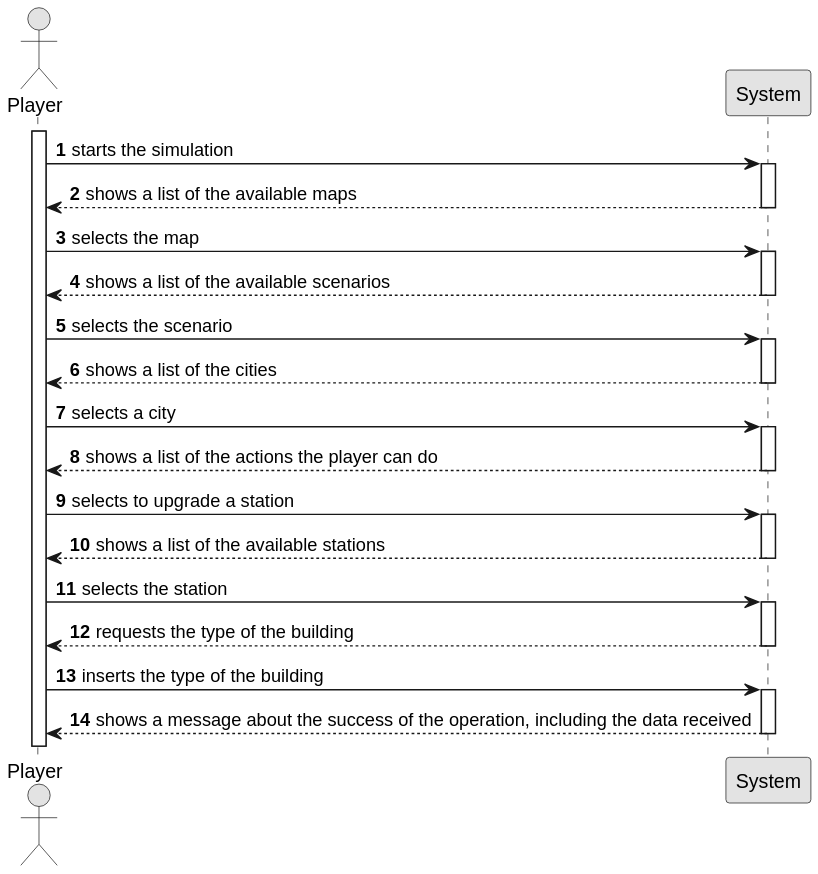
This is docs/sprint2/us006/01.requirements-engineering/svg/us006-system-sequence-diagram.svg from ivasduarte/all-aboard, a PlantUML export, as it was before one commit.
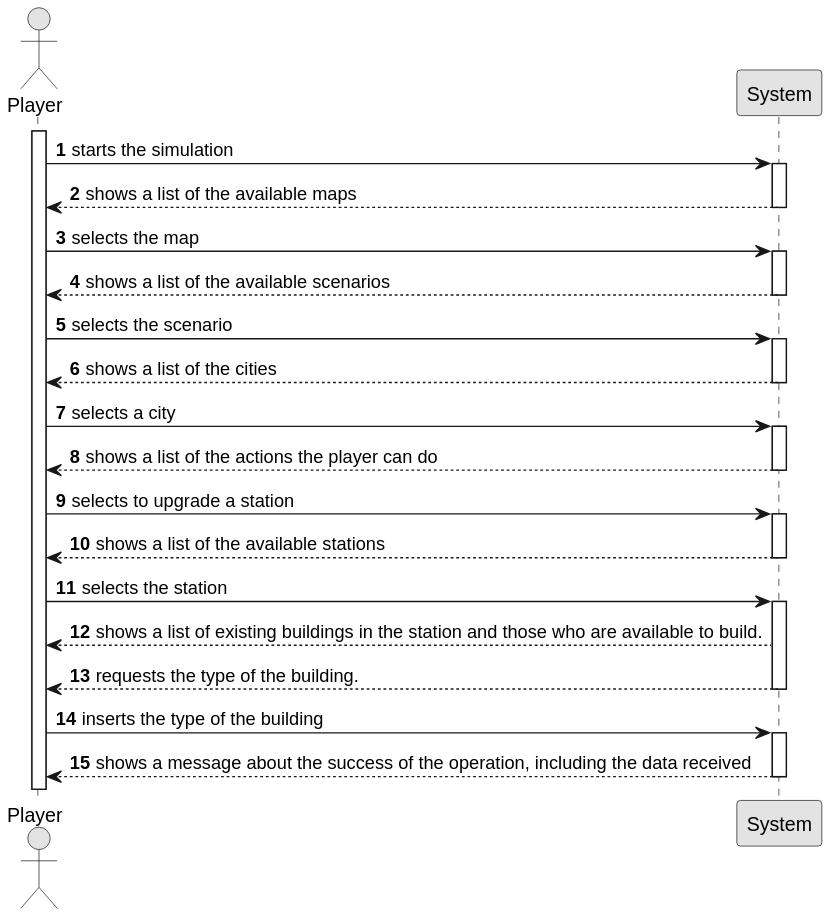
The same file after the commit.

Commit message:
US006(docs): Correction of a few errors in sequence diagram

Change to the diagram source:
```diff
@@ -43,7 +43,10 @@
     Player -> System : selects the station
     activate System
 
-    System --> Player : requests the type of the building
+    System --> Player : shows a list of existing buildings in the station and those who are available to build.
+
+
+    System --> Player : requests the type of the building.
     deactivate System
 
     Player -> System : inserts the type of the building
```
